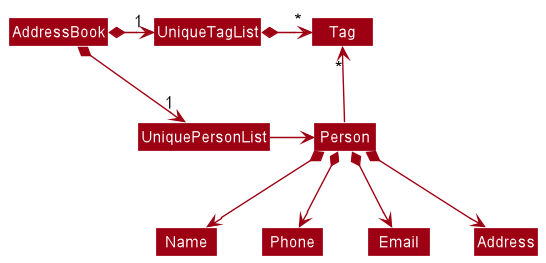
nus-cs2103-AY2122S1/tp keeps this PlantUML diagram as docs/images/BetterModelClassDiagram.png. Above is the earlier version.
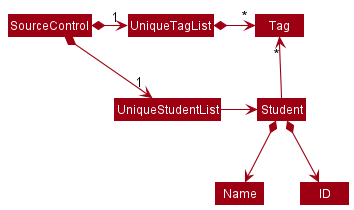
Later version of the same file.

Diff of the diagram source:
```diff
@@ -4,18 +4,16 @@
 skinparam arrowColor MODEL_COLOR
 skinparam classBackgroundColor MODEL_COLOR
 
-AddressBook *-right-> "1" UniquePersonList
-AddressBook *-right-> "1" UniqueTagList
-UniqueTagList -[hidden]down- UniquePersonList
-UniqueTagList -[hidden]down- UniquePersonList
+SourceControl *-right-> "1" UniqueStudentList
+SourceControl *-right-> "1" UniqueTagList
+UniqueTagList -[hidden]down- UniqueStudentList
+UniqueTagList -[hidden]down- UniqueStudentList
 
 UniqueTagList *-right-> "*" Tag
-UniquePersonList -right-> Person
+UniqueStudentList -right-> Student
 
-Person -up-> "*" Tag
+Student -up-> "*" Tag
 
-Person *--> Name
-Person *--> Phone
-Person *--> Email
-Person *--> Address
+Student *--> Name
+Student *--> ID
 @enduml
```
